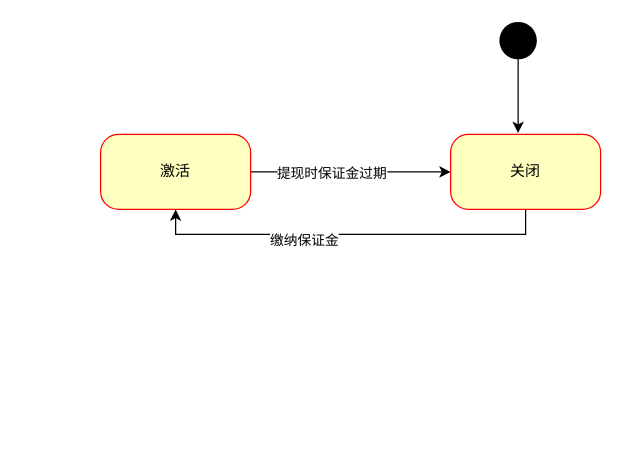
Above: Untitled Diagram.drawio in jobop/advanced-java (draw.io), before the change. Source tidied: cells renumbered, new cells numbered last; positions are measured from the earlier drawing's top-left corner, leaving out a move shared by most shapes. Both pictures are drawn from the tidied source at 125%, with x=0, y=0 at pixel (100, 21).
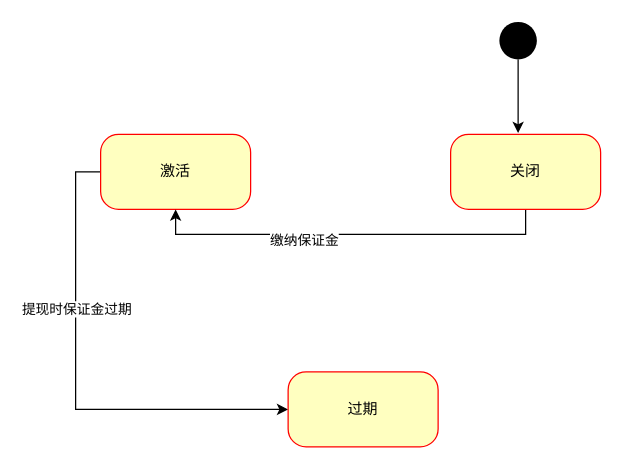
The same page after the edit.

Change to the diagram source:
```diff
@@
 <mxGraphModel background="#ffffff">
   <root>
     <mxCell id="0" />
     <mxCell id="1" parent="0" />
-    <mxCell id="2" style="edgeStyle=orthogonalEdgeStyle;rounded=0;jettySize=auto;html=1;" parent="1" edge="1" source="4" target="7">
-      <mxGeometry relative="1" as="geometry" />
-    </mxCell>
+    <mxCell id="10" style="edgeStyle=orthogonalEdgeStyle;rounded=0;jettySize=auto;html=1;exitX=0;exitY=0.5;exitDx=0;exitDy=0;entryX=0;entryY=0.5;entryDx=0;entryDy=0;" parent="1" edge="1" source="4" target="11">
+      <mxGeometry relative="1" as="geometry" />
+    </mxCell>
-    <mxCell id="3" value="提现时保证金过期" style="edgeLabel;html=1;align=center;verticalAlign=middle;" parent="2" vertex="1">
-      <mxGeometry x="-0.2" relative="1" as="geometry" />
+    <mxCell id="3" value="提现时保证金过期" style="edgeLabel;html=1;align=center;verticalAlign=middle;" parent="10" vertex="1">
+      <mxGeometry x="-0.32" relative="1" as="geometry" />
     </mxCell>
     <mxCell id="4" value="激活" style="rounded=1;whiteSpace=wrap;html=1;arcSize=24;fillColor=#ffffc0;strokeColor=#ff0000;shadow=0;comic=0;labelBackgroundColor=none;fontFamily=Verdana;fontSize=12;fontColor=#000000;align=center;" parent="1" vertex="1">
       <mxGeometry y="90" width="120" height="60" as="geometry" />
     </mxCell>
     <mxCell id="5" style="edgeStyle=orthogonalEdgeStyle;rounded=0;jettySize=auto;html=1;exitX=0.5;exitY=1;exitDx=0;exitDy=0;entryX=0.5;entryY=1;entryDx=0;entryDy=0;" parent="1" edge="1" source="7" target="4">
       <mxGeometry relative="1" as="geometry" />
     </mxCell>
     <mxCell id="6" value="缴纳保证金" style="edgeLabel;html=1;align=center;verticalAlign=middle;" parent="5" vertex="1">
       <mxGeometry x="0.24" y="4" relative="1" as="geometry" />
     </mxCell>
     <mxCell id="7" value="关闭" style="rounded=1;whiteSpace=wrap;html=1;arcSize=24;fillColor=#ffffc0;strokeColor=#ff0000;shadow=0;comic=0;labelBackgroundColor=none;fontFamily=Verdana;fontSize=12;fontColor=#000000;align=center;" parent="1" vertex="1">
       <mxGeometry x="280" y="90" width="120" height="60" as="geometry" />
     </mxCell>
     <mxCell id="8" style="edgeStyle=orthogonalEdgeStyle;rounded=0;jettySize=auto;html=1;exitX=0.5;exitY=1;exitDx=0;exitDy=0;entryX=0.45;entryY=-0.017;entryDx=0;entryDy=0;entryPerimeter=0;" parent="1" edge="1" source="9" target="7">
       <mxGeometry relative="1" as="geometry" />
     </mxCell>
     <mxCell id="9" style="ellipse;fillColor=#000000;strokeColor=none;" parent="1" vertex="1">
       <mxGeometry x="319" width="30" height="30" as="geometry" />
     </mxCell>
+    <mxCell id="11" value="过期" style="rounded=1;whiteSpace=wrap;html=1;arcSize=24;fillColor=#ffffc0;strokeColor=#ff0000;shadow=0;comic=0;labelBackgroundColor=none;fontFamily=Verdana;fontSize=12;fontColor=#000000;align=center;" parent="1" vertex="1">
+      <mxGeometry x="150" y="280" width="120" height="60" as="geometry" />
+    </mxCell>
   </root>
 </mxGraphModel>
```
